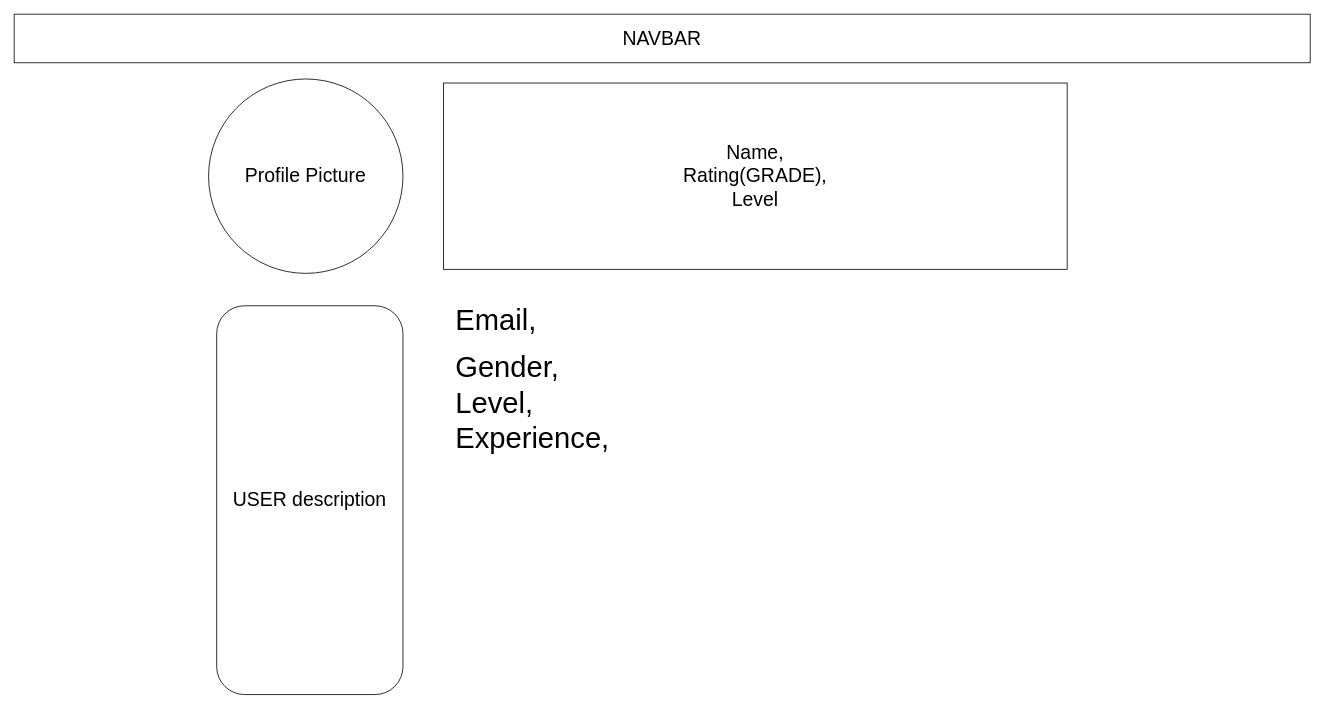
Before: wireframe/UserProfilePage.drawio in timven2004/letsHike, a draw.io diagram. Source tidied: cells renumbered, new cells numbered last; positions are measured from the earlier drawing's top-left corner, leaving out a move shared by most shapes. Both pictures are drawn from the tidied source at 81%, with x=0, y=0 at pixel (14, 14).
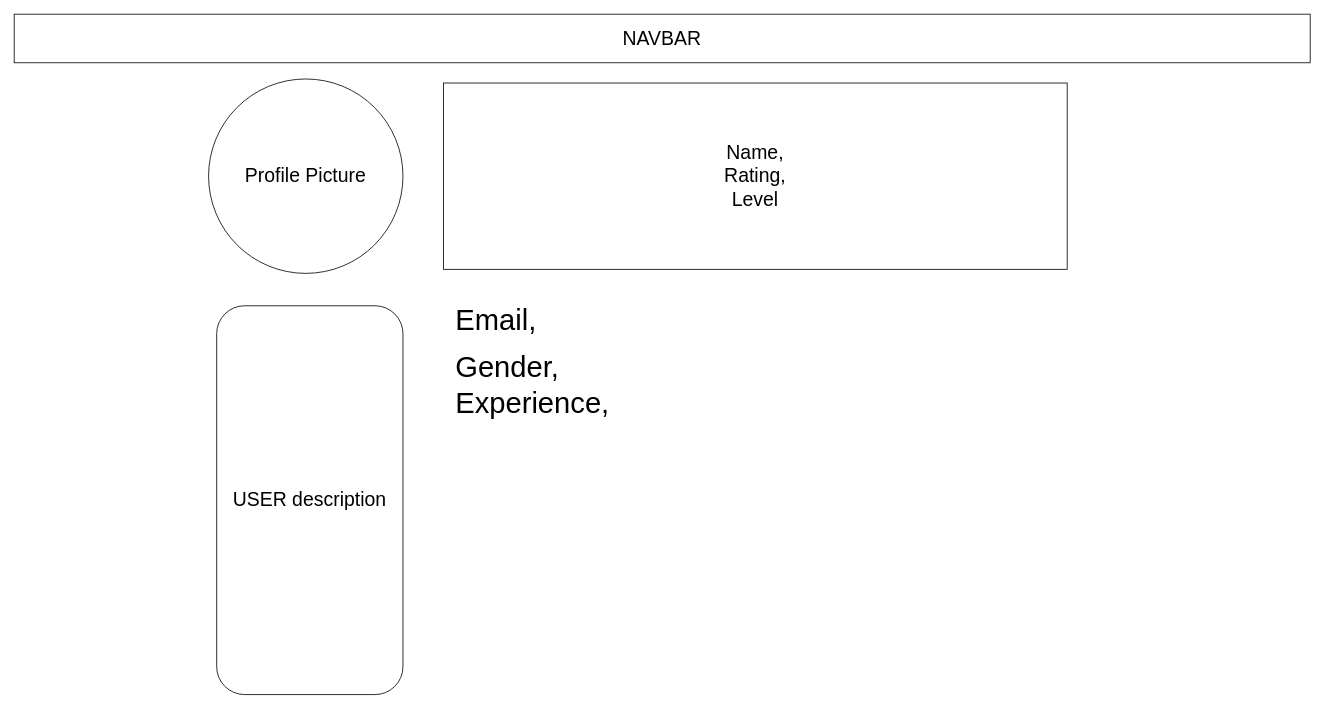
After the change.

What changed in the source:
```diff
@@
 <mxGraphModel>
   <root>
     <mxCell id="0" />
     <mxCell id="1" parent="0" />
     <mxCell id="2" value="&lt;font style=&quot;font-size: 24px&quot;&gt;Profile Picture&lt;/font&gt;" style="ellipse;whiteSpace=wrap;html=1;" parent="1" vertex="1">
       <mxGeometry x="240" y="80" width="240" height="240" as="geometry" />
     </mxCell>
-    <mxCell id="3" value="&lt;span style=&quot;font-size: 24px&quot;&gt;Name,&lt;br&gt;Rating(GRADE),&lt;br&gt;Level&lt;br&gt;&lt;/span&gt;" style="rounded=0;whiteSpace=wrap;html=1;" parent="1" vertex="1">
+    <mxCell id="3" value="&lt;span style=&quot;font-size: 24px&quot;&gt;Name,&lt;br&gt;Rating,&lt;br&gt;Level&lt;br&gt;&lt;/span&gt;" style="rounded=0;whiteSpace=wrap;html=1;" parent="1" vertex="1">
       <mxGeometry x="530" y="85" width="770" height="230" as="geometry" />
     </mxCell>
     <mxCell id="4" value="&lt;font style=&quot;font-size: 24px&quot;&gt;NAVBAR&lt;/font&gt;" style="rounded=0;whiteSpace=wrap;html=1;" parent="1" vertex="1">
       <mxGeometry width="1600" height="60" as="geometry" />
     </mxCell>
     <mxCell id="5" value="&lt;font style=&quot;font-size: 24px&quot;&gt;USER description&lt;/font&gt;" style="rounded=1;whiteSpace=wrap;html=1;" parent="1" vertex="1">
       <mxGeometry x="250" y="360" width="230" height="480" as="geometry" />
     </mxCell>
-    <mxCell id="6" value="&lt;h1&gt;&lt;span style=&quot;font-size: 36px ; font-weight: normal&quot;&gt;Email,&lt;/span&gt;&lt;br&gt;&lt;/h1&gt;&lt;div&gt;&lt;span style=&quot;font-size: 36px&quot;&gt;Gender,&lt;/span&gt;&lt;/div&gt;&lt;div&gt;&lt;span style=&quot;font-size: 36px&quot;&gt;Level,&lt;/span&gt;&lt;/div&gt;&lt;div&gt;&lt;span style=&quot;font-size: 36px&quot;&gt;Experience,&lt;/span&gt;&lt;/div&gt;&lt;div&gt;&lt;br&gt;&lt;/div&gt;&lt;div&gt;&lt;span style=&quot;font-size: 36px&quot;&gt;&lt;br&gt;&lt;/span&gt;&lt;/div&gt;" style="text;html=1;strokeColor=none;fillColor=none;spacing=5;spacingTop=-20;whiteSpace=wrap;overflow=hidden;rounded=0;" parent="1" vertex="1">
+    <mxCell id="6" value="&lt;h1&gt;&lt;span style=&quot;font-size: 36px ; font-weight: normal&quot;&gt;Email,&lt;/span&gt;&lt;br&gt;&lt;/h1&gt;&lt;div&gt;&lt;span style=&quot;font-size: 36px&quot;&gt;Gender,&lt;/span&gt;&lt;/div&gt;&lt;div&gt;&lt;span style=&quot;font-size: 36px&quot;&gt;Experience,&lt;/span&gt;&lt;/div&gt;&lt;div&gt;&lt;br&gt;&lt;/div&gt;&lt;div&gt;&lt;span style=&quot;font-size: 36px&quot;&gt;&lt;br&gt;&lt;/span&gt;&lt;/div&gt;" style="text;html=1;strokeColor=none;fillColor=none;spacing=5;spacingTop=-20;whiteSpace=wrap;overflow=hidden;rounded=0;" parent="1" vertex="1">
       <mxGeometry x="540" y="350" width="810" height="450" as="geometry" />
     </mxCell>
   </root>
 </mxGraphModel>
```
